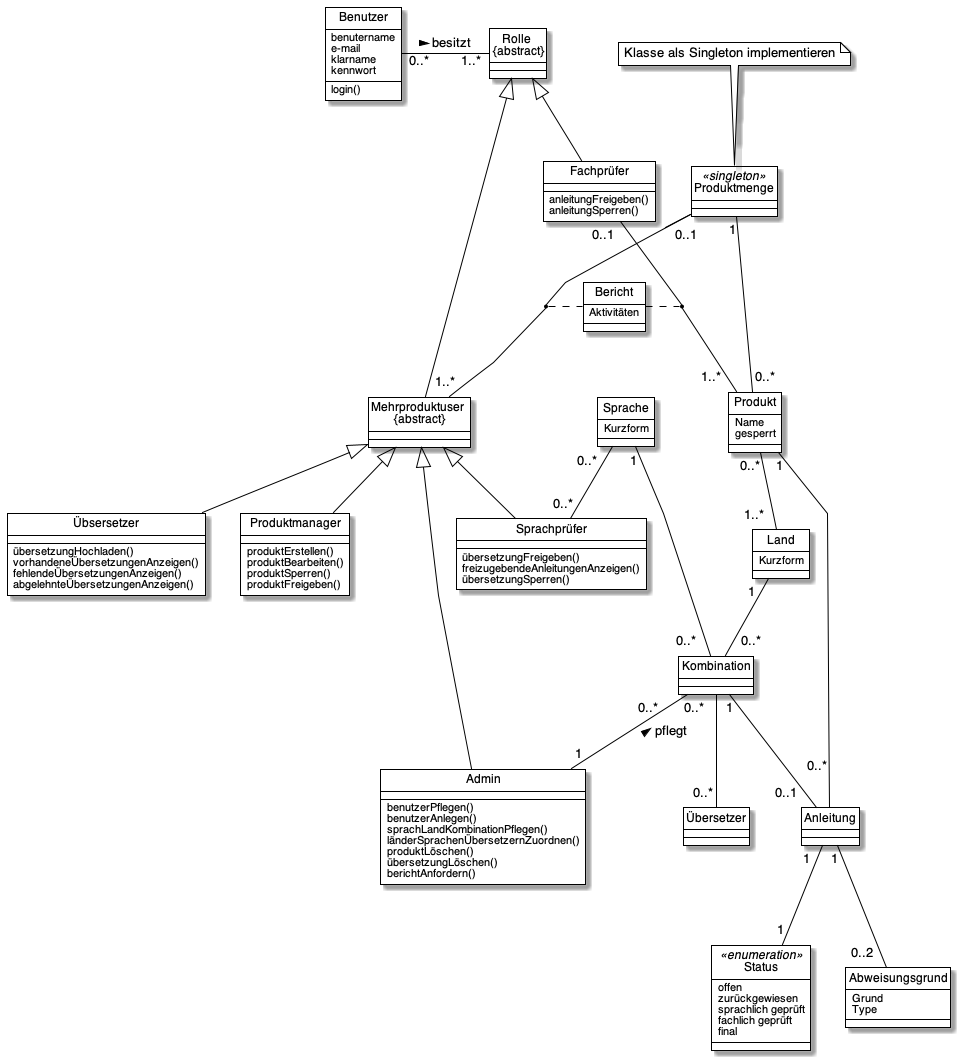
Above: out/klassendiagramm/Klassendiagramm.png in Schubert-Tom/Manual-Master (PlantUML), before the change.
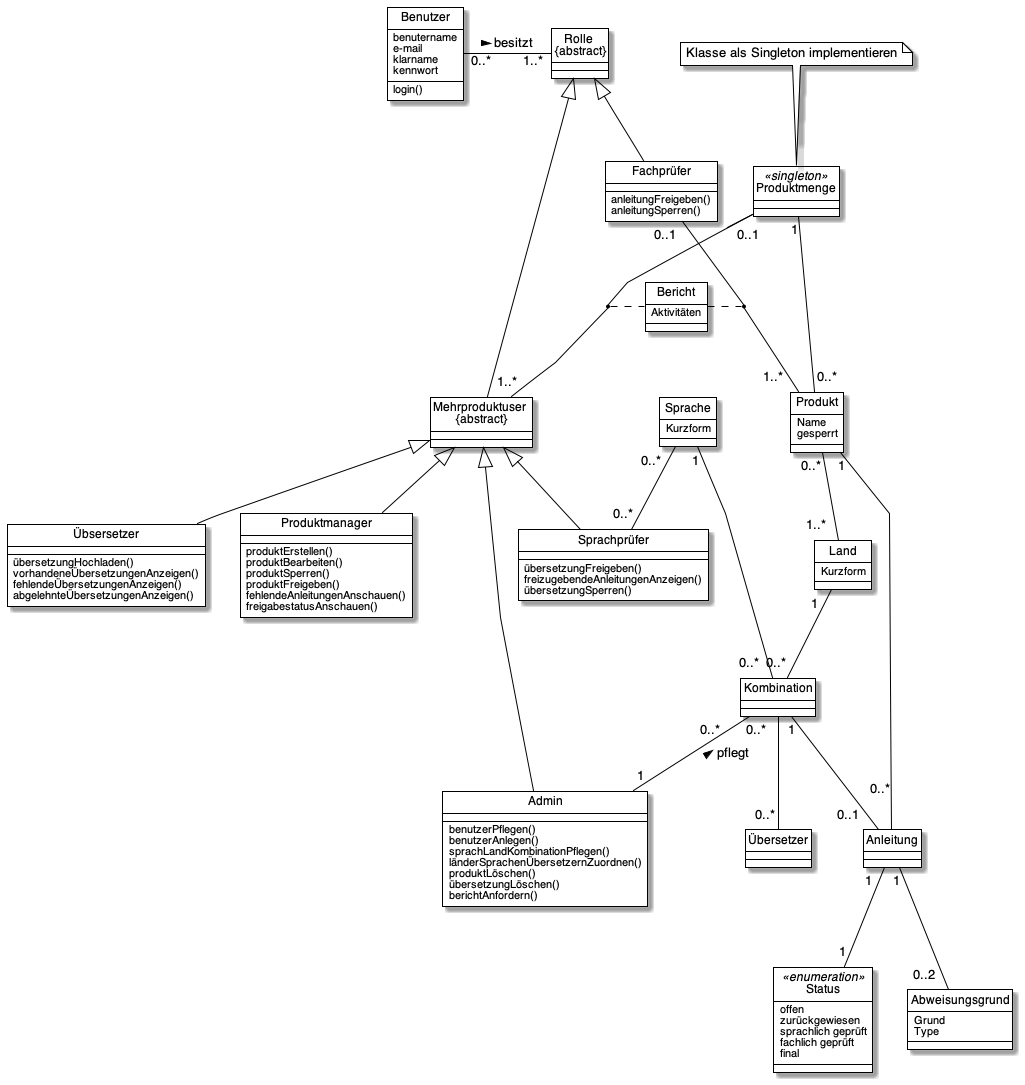
Above is the later version.

Commit message:
Fehler Objektdiagramm && fertige USe Case beschreibung

What changed in the source:
```diff
@@ -51,6 +51,8 @@
     produktBearbeiten()
     produktSperren()
     produktFreigeben()
+    fehlendeAnleitungenAnschauen()
+    freigabestatusAnschauen()
 }
 class Land {
     Kurzform
```
